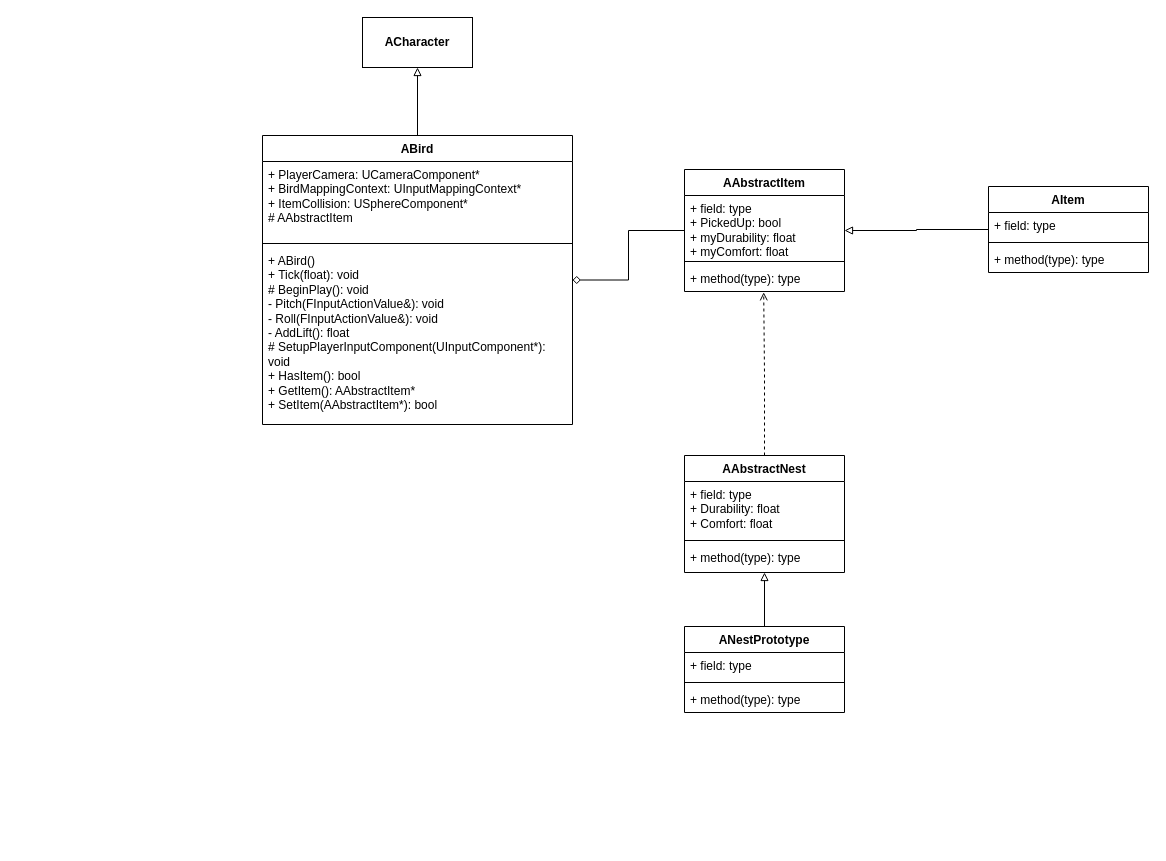
This is UML.drawio from herrkrabbe/BirdGame, a draw.io file, before an edit. Source tidied: cells renumbered, new cells numbered last; positions are measured from the earlier drawing's top-left corner, leaving out a move shared by most shapes. Both pictures are drawn from the tidied source at 100%, with x=0, y=0 at pixel (262, 17).
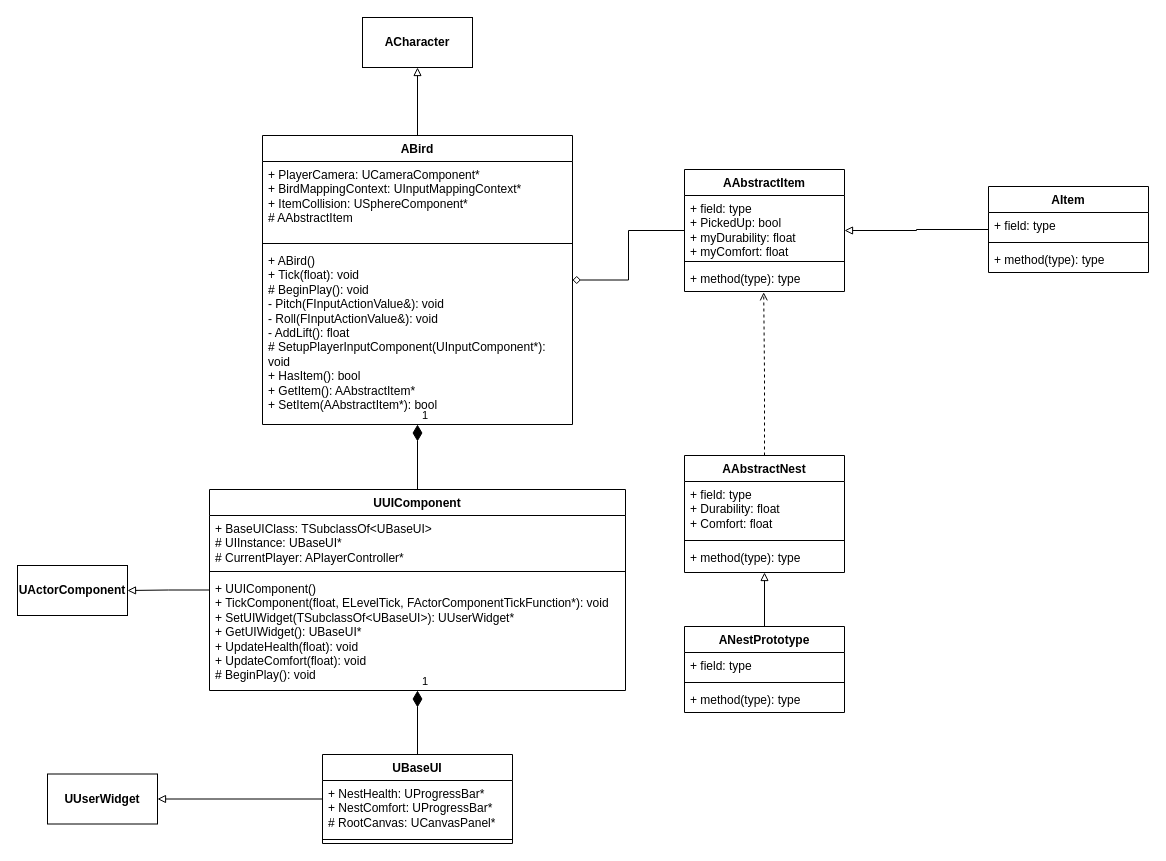
The same diagram, later.

The change refers to these unchanged cells:
```xml
<mxCell id="4" value="ABird" style="swimlane;fontStyle=1;align=center;verticalAlign=top;horizontal=1;startSize=26;whiteSpace=wrap;html=1;" parent="1" vertex="1">
  <mxGeometry y="118" width="310" height="289" as="geometry" />
</mxCell>
```

What changed in the source:
```diff
@@
+    <mxCell id="28" value="UUIComponent" style="swimlane;fontStyle=1;align=center;verticalAlign=top;horizontal=1;startSize=26;whiteSpace=wrap;html=1;" parent="1" vertex="1">
+      <mxGeometry x="-53" y="472" width="416" height="201" as="geometry" />
+    </mxCell>
+    <mxCell id="29" value="+ BaseUIClass: TSubclassOf&amp;lt;UBaseUI&amp;gt;&lt;br&gt;&lt;div&gt;# UIInstance: UBaseUI*&lt;br&gt;&lt;/div&gt;&lt;div&gt;# CurrentPlayer: APlayerController*&lt;br&gt;&lt;/div&gt;" style="text;strokeColor=none;fillColor=none;align=left;verticalAlign=top;spacingLeft=4;spacingRight=4;overflow=hidden;whiteSpace=wrap;html=1;" parent="28" vertex="1">
+      <mxGeometry y="26" width="416" height="52" as="geometry" />
+    </mxCell>
+    <mxCell id="30" style="line;strokeWidth=1;fillColor=none;align=left;verticalAlign=middle;spacingTop=-1;spacingLeft=3;spacingRight=3;labelPosition=right;strokeColor=inherit;" parent="28" vertex="1">
+      <mxGeometry y="78" width="416" height="8" as="geometry" />
+    </mxCell>
+    <mxCell id="31" value="&lt;div&gt;+ UUIComponent()&lt;/div&gt;&lt;div&gt;+ TickComponent(float, ELevelTick, FActorComponentTickFunction*): void&lt;/div&gt;&lt;div&gt;+ SetUIWidget(TSubclassOf&amp;lt;UBaseUI&amp;gt;): UUserWidget*&lt;/div&gt;&lt;div&gt;+ GetUIWidget(): UBaseUI*&lt;/div&gt;&lt;div&gt;+ UpdateHealth(float): void&lt;/div&gt;&lt;div&gt;+ UpdateComfort(float): void&lt;/div&gt;&lt;div&gt;# BeginPlay(): void&lt;br&gt;&lt;/div&gt;" style="text;strokeColor=none;fillColor=none;align=left;verticalAlign=top;spacingLeft=4;spacingRight=4;overflow=hidden;whiteSpace=wrap;html=1;" parent="28" vertex="1">
+      <mxGeometry y="86" width="416" height="115" as="geometry" />
+    </mxCell>
+    <mxCell id="32" value="&lt;b&gt;UActorComponent&lt;/b&gt;" style="html=1;whiteSpace=wrap;" parent="1" vertex="1">
+      <mxGeometry x="-245" y="548" width="110" height="50" as="geometry" />
+    </mxCell>
+    <mxCell id="33" style="edgeStyle=orthogonalEdgeStyle;rounded=0;jettySize=auto;html=1;endArrow=block;endFill=0;" parent="1" edge="1" source="28" target="32">
+      <mxGeometry relative="1" as="geometry" />
+    </mxCell>
+    <mxCell id="34" value="UBaseUI" style="swimlane;fontStyle=1;align=center;verticalAlign=top;horizontal=1;startSize=26;whiteSpace=wrap;html=1;" parent="1" vertex="1">
+      <mxGeometry x="60" y="737" width="190" height="89" as="geometry" />
+    </mxCell>
+    <mxCell id="35" value="&lt;div&gt;+ NestHealth: UProgressBar*&lt;/div&gt;&lt;div&gt;+ NestComfort: UProgressBar*&lt;/div&gt;&lt;div&gt;# RootCanvas: UCanvasPanel*&lt;br&gt;&lt;/div&gt;" style="text;strokeColor=none;fillColor=none;align=left;verticalAlign=top;spacingLeft=4;spacingRight=4;overflow=hidden;whiteSpace=wrap;html=1;" parent="34" vertex="1">
+      <mxGeometry y="26" width="190" height="55" as="geometry" />
+    </mxCell>
+    <mxCell id="36" style="line;strokeWidth=1;fillColor=none;align=left;verticalAlign=middle;spacingTop=-1;spacingLeft=3;spacingRight=3;labelPosition=right;strokeColor=inherit;" parent="34" vertex="1">
+      <mxGeometry y="81" width="190" height="8" as="geometry" />
+    </mxCell>
+    <mxCell id="37" value="&lt;b&gt;UUserWidget&lt;/b&gt;" style="html=1;whiteSpace=wrap;" parent="1" vertex="1">
+      <mxGeometry x="-215" y="756.5" width="110" height="50" as="geometry" />
+    </mxCell>
+    <mxCell id="38" style="edgeStyle=orthogonalEdgeStyle;rounded=0;jettySize=auto;html=1;endArrow=block;endFill=0;" parent="1" edge="1" source="34" target="37">
+      <mxGeometry relative="1" as="geometry" />
+    </mxCell>
+    <mxCell id="39" value="1" style="endArrow=none;html=1;endSize=12;startArrow=diamondThin;startSize=14;startFill=1;edgeStyle=orthogonalEdgeStyle;align=left;verticalAlign=bottom;rounded=0;endFill=0;" parent="1" edge="1" source="28" target="34">
+      <mxGeometry x="-1" y="3" relative="1" as="geometry" />
+    </mxCell>
+    <mxCell id="40" value="1" style="endArrow=none;html=1;endSize=12;startArrow=diamondThin;startSize=14;startFill=1;edgeStyle=orthogonalEdgeStyle;align=left;verticalAlign=bottom;rounded=0;endFill=0;" parent="1" edge="1" source="4" target="28">
+      <mxGeometry x="-1" y="3" relative="1" as="geometry" />
+    </mxCell>
```
